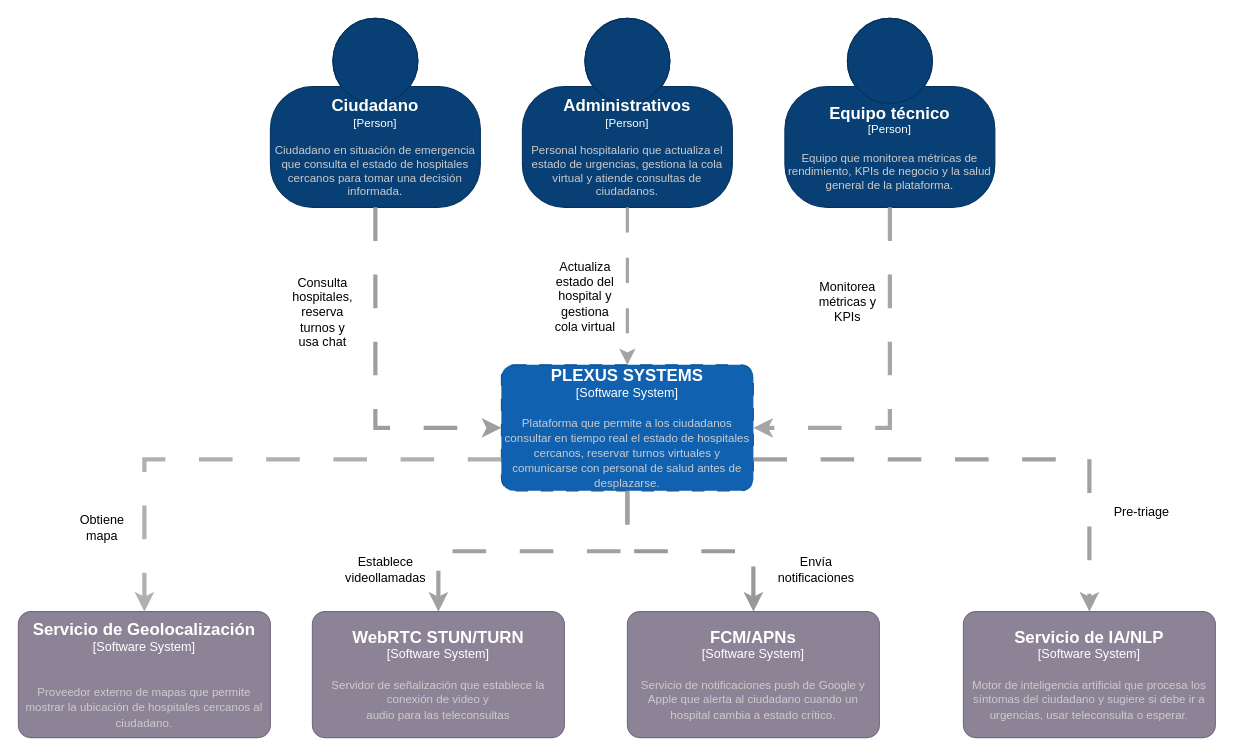
Above: page "Página-2" (1 of 3) of ARSW-PLEXUS.drawio in LuizaGonzalez/ARSW-PLEXUS.drawio (draw.io), before the change. Source tidied: cells renumbered, new cells numbered last; positions are measured from the earlier drawing's top-left corner, leaving out a move shared by most shapes. Both pictures are drawn from the tidied source at 105%, with x=0, y=0 at pixel (18, 18).
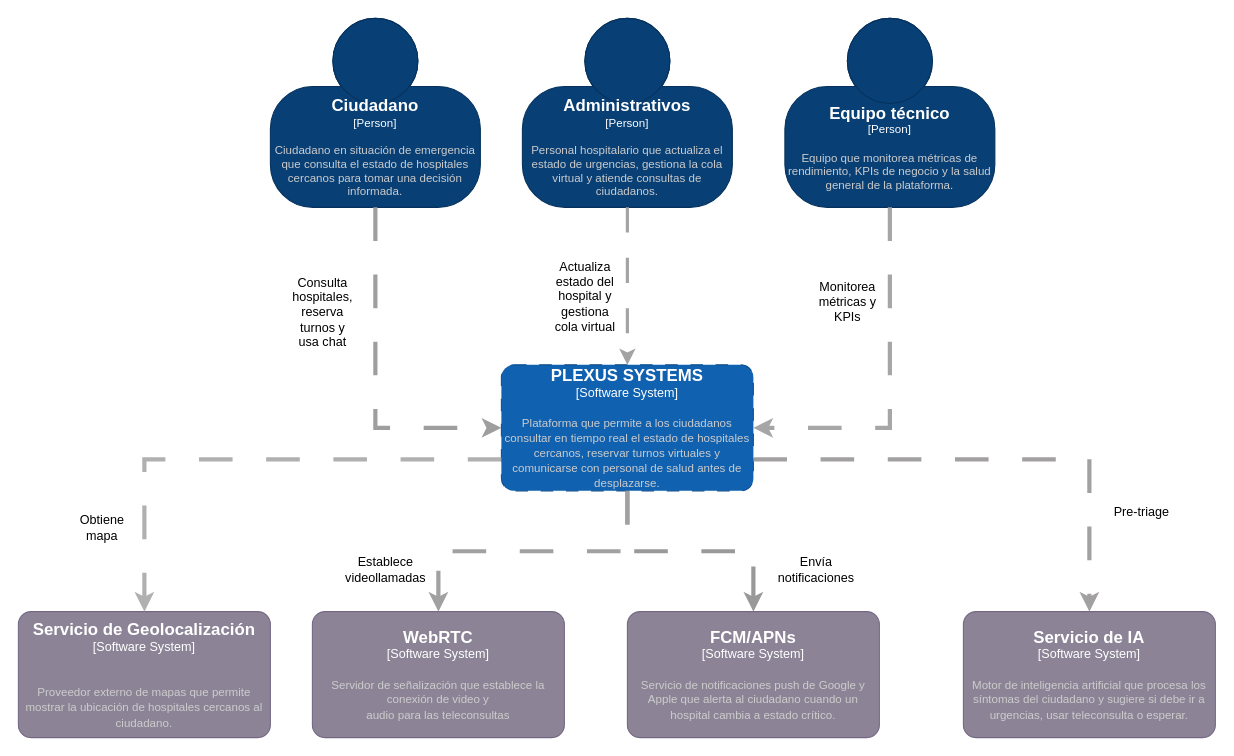
Above is the later version.

The edit, as a diff of the source:
```diff
@@
-    <object id="8" label="&lt;font style=&quot;font-size: 16px&quot;&gt;&lt;b&gt;%c4Name%&lt;/b&gt;&lt;/font&gt;&lt;div&gt;[%c4Type%]&lt;/div&gt;&lt;br&gt;&lt;div&gt;&lt;font style=&quot;font-size: 11px&quot;&gt;&lt;font color=&quot;#cccccc&quot;&gt;%c4Description%&lt;/font&gt;&lt;/div&gt;" c4Description="Servidor de señalización que establece la conexión de video y &#10;audio para las teleconsultas" c4Name="WebRTC STUN/TURN" c4Type="Software System" placeholders="1">
+    <object id="8" label="&lt;font style=&quot;font-size: 16px&quot;&gt;&lt;b&gt;%c4Name%&lt;/b&gt;&lt;/font&gt;&lt;div&gt;[%c4Type%]&lt;/div&gt;&lt;br&gt;&lt;div&gt;&lt;font style=&quot;font-size: 11px&quot;&gt;&lt;font color=&quot;#cccccc&quot;&gt;%c4Description%&lt;/font&gt;&lt;/div&gt;" c4Description="Servidor de señalización que establece la conexión de video y &#10;audio para las teleconsultas" c4Name="WebRTC" c4Type="Software System" placeholders="1">
       <mxCell style="rounded=1;whiteSpace=wrap;html=1;labelBackgroundColor=none;fillColor=#8C8496;fontColor=#ffffff;align=center;arcSize=10;strokeColor=#736782;points=[[0.25,0,0],[0.5,0,0],[0.75,0,0],[1,0.25,0],[1,0.5,0],[1,0.75,0],[0.75,1,0],[0.5,1,0],[0.25,1,0],[0,0.75,0],[0,0.5,0],[0,0.25,0]];" parent="1" vertex="1">
         <mxGeometry x="280" y="565" width="240" height="120" as="geometry" />
       </mxCell>
     </object>
@@
-    <object id="10" label="&lt;font style=&quot;font-size: 16px&quot;&gt;&lt;b&gt;%c4Name%&lt;/b&gt;&lt;/font&gt;&lt;div&gt;[%c4Type%]&lt;/div&gt;&lt;br&gt;&lt;div&gt;&lt;font style=&quot;font-size: 11px&quot;&gt;&lt;font color=&quot;#cccccc&quot;&gt;%c4Description%&lt;/font&gt;&lt;/div&gt;" c4Description="Motor de inteligencia artificial que procesa los síntomas del ciudadano y sugiere si debe ir a urgencias, usar teleconsulta o esperar." c4Name="Servicio de IA/NLP" c4Type="Software System" placeholders="1">
+    <object id="10" label="&lt;font style=&quot;font-size: 16px&quot;&gt;&lt;b&gt;%c4Name%&lt;/b&gt;&lt;/font&gt;&lt;div&gt;[%c4Type%]&lt;/div&gt;&lt;br&gt;&lt;div&gt;&lt;font style=&quot;font-size: 11px&quot;&gt;&lt;font color=&quot;#cccccc&quot;&gt;%c4Description%&lt;/font&gt;&lt;/div&gt;" c4Description="Motor de inteligencia artificial que procesa los síntomas del ciudadano y sugiere si debe ir a urgencias, usar teleconsulta o esperar." c4Name="Servicio de IA" c4Type="Software System" placeholders="1">
       <mxCell style="rounded=1;whiteSpace=wrap;html=1;labelBackgroundColor=none;fillColor=#8C8496;fontColor=#ffffff;align=center;arcSize=10;strokeColor=#736782;points=[[0.25,0,0],[0.5,0,0],[0.75,0,0],[1,0.25,0],[1,0.5,0],[1,0.75,0],[0.75,1,0],[0.5,1,0],[0.25,1,0],[0,0.75,0],[0,0.5,0],[0,0.25,0]];" parent="1" vertex="1">
         <mxGeometry x="900" y="565" width="240" height="120" as="geometry" />
       </mxCell>
     </object>
```
